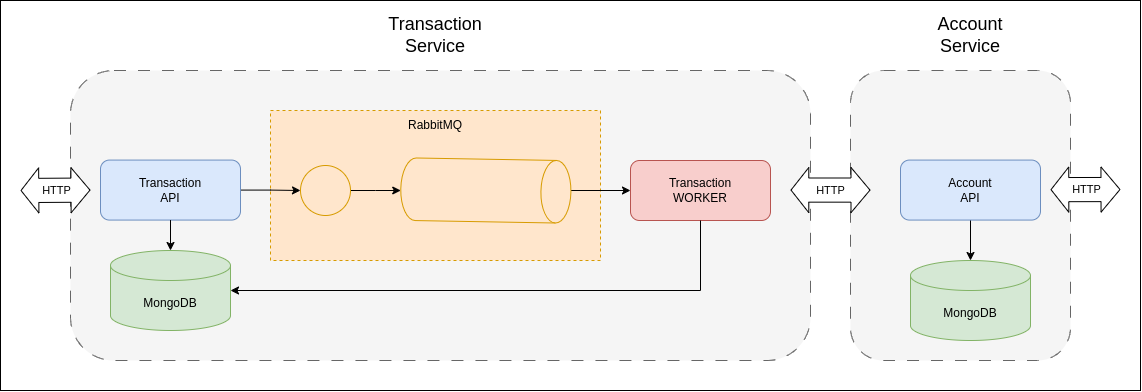
The draw.io diagram diagram_flow.png in PabloAlanes/challenge-python-sanic, before a commit. Source tidied: cells renumbered, new cells last; positions are measured from the earlier drawing's top-left corner, leaving out a move shared by most shapes.
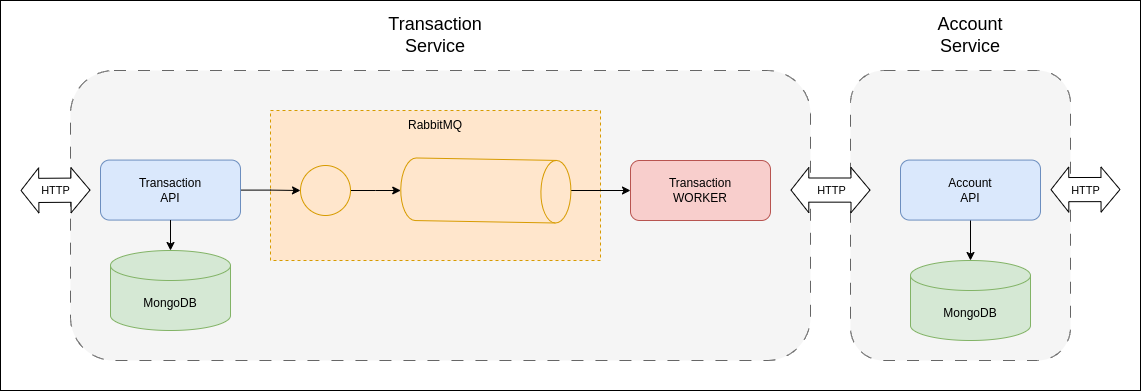
The same diagram one commit later.

Commit message:
docs: :memo: Update diagram

The edit, as a diff of the source:
```diff
@@ -50,13 +50,6 @@
     <mxCell id="17" style="edgeStyle=orthogonalEdgeStyle;rounded=0;jettySize=auto;html=1;exitX=0.5;exitY=1;exitDx=0;exitDy=0;entryX=0.5;entryY=0;entryDx=0;entryDy=0;entryPerimeter=0;" parent="1" edge="1" source="11" target="15">
       <mxGeometry relative="1" as="geometry" />
     </mxCell>
-    <mxCell id="18" style="edgeStyle=orthogonalEdgeStyle;rounded=0;jettySize=auto;html=1;entryX=1;entryY=0.5;entryDx=0;entryDy=0;entryPerimeter=0;" parent="1" edge="1" source="12" target="15">
-      <mxGeometry relative="1" as="geometry">
-        <Array as="points">
-          <mxPoint x="700" y="290" />
-        </Array>
-      </mxGeometry>
-    </mxCell>
     <mxCell id="19" value="RabbitMQ" style="text;html=1;align=center;verticalAlign=middle;whiteSpace=wrap;rounded=0;" parent="1" vertex="1">
       <mxGeometry x="405" y="110" width="60" height="30" as="geometry" />
     </mxCell>
```
